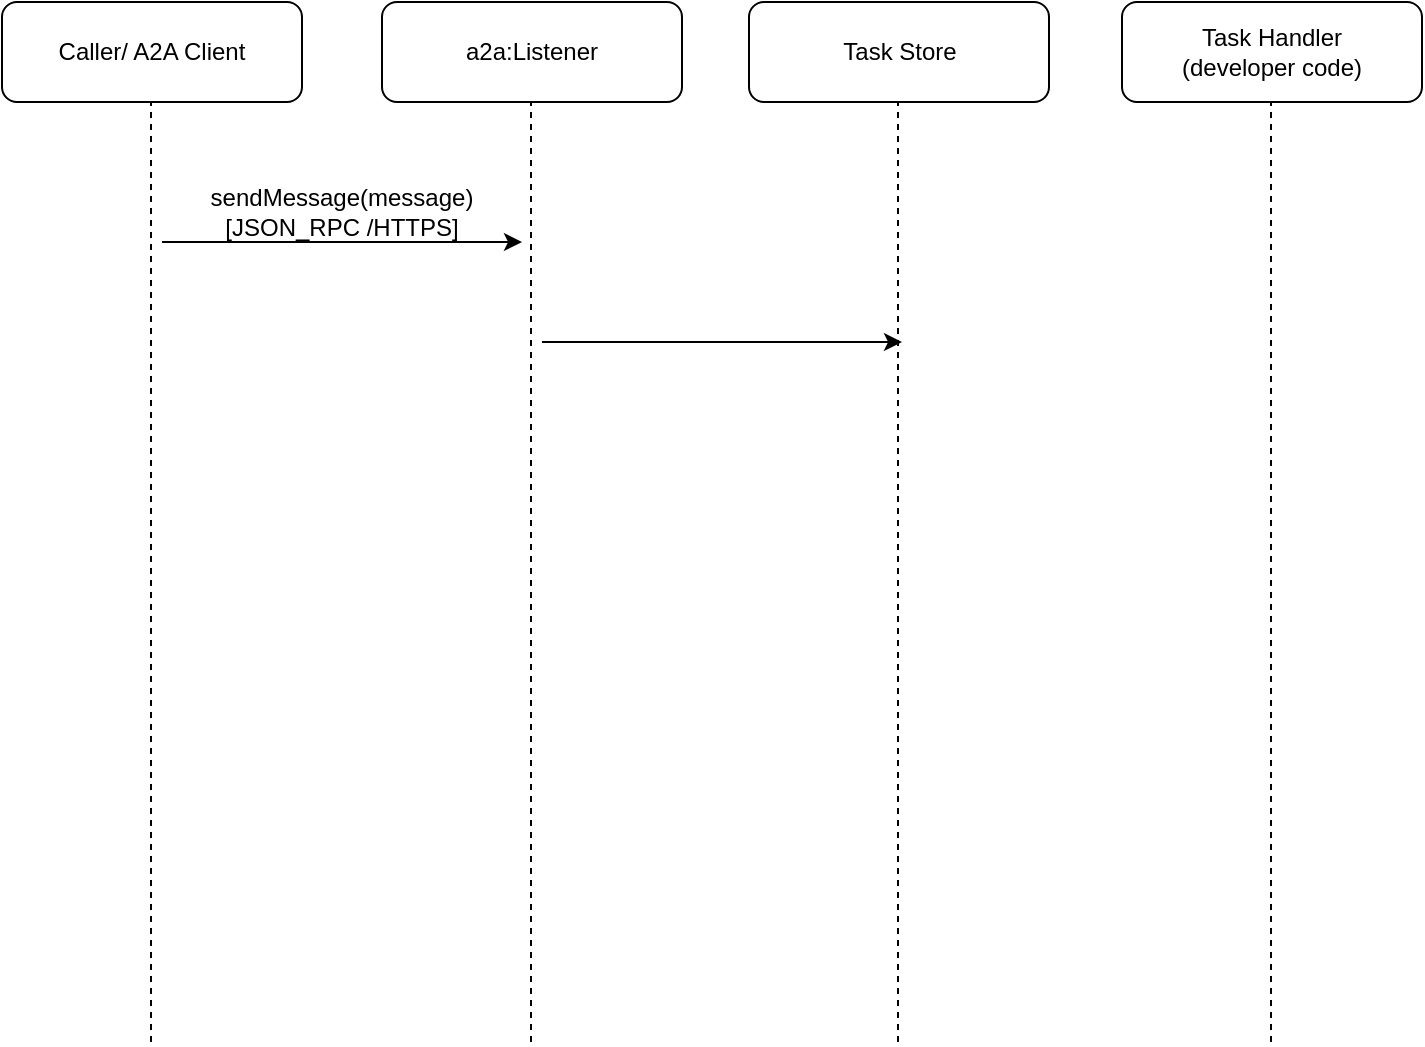
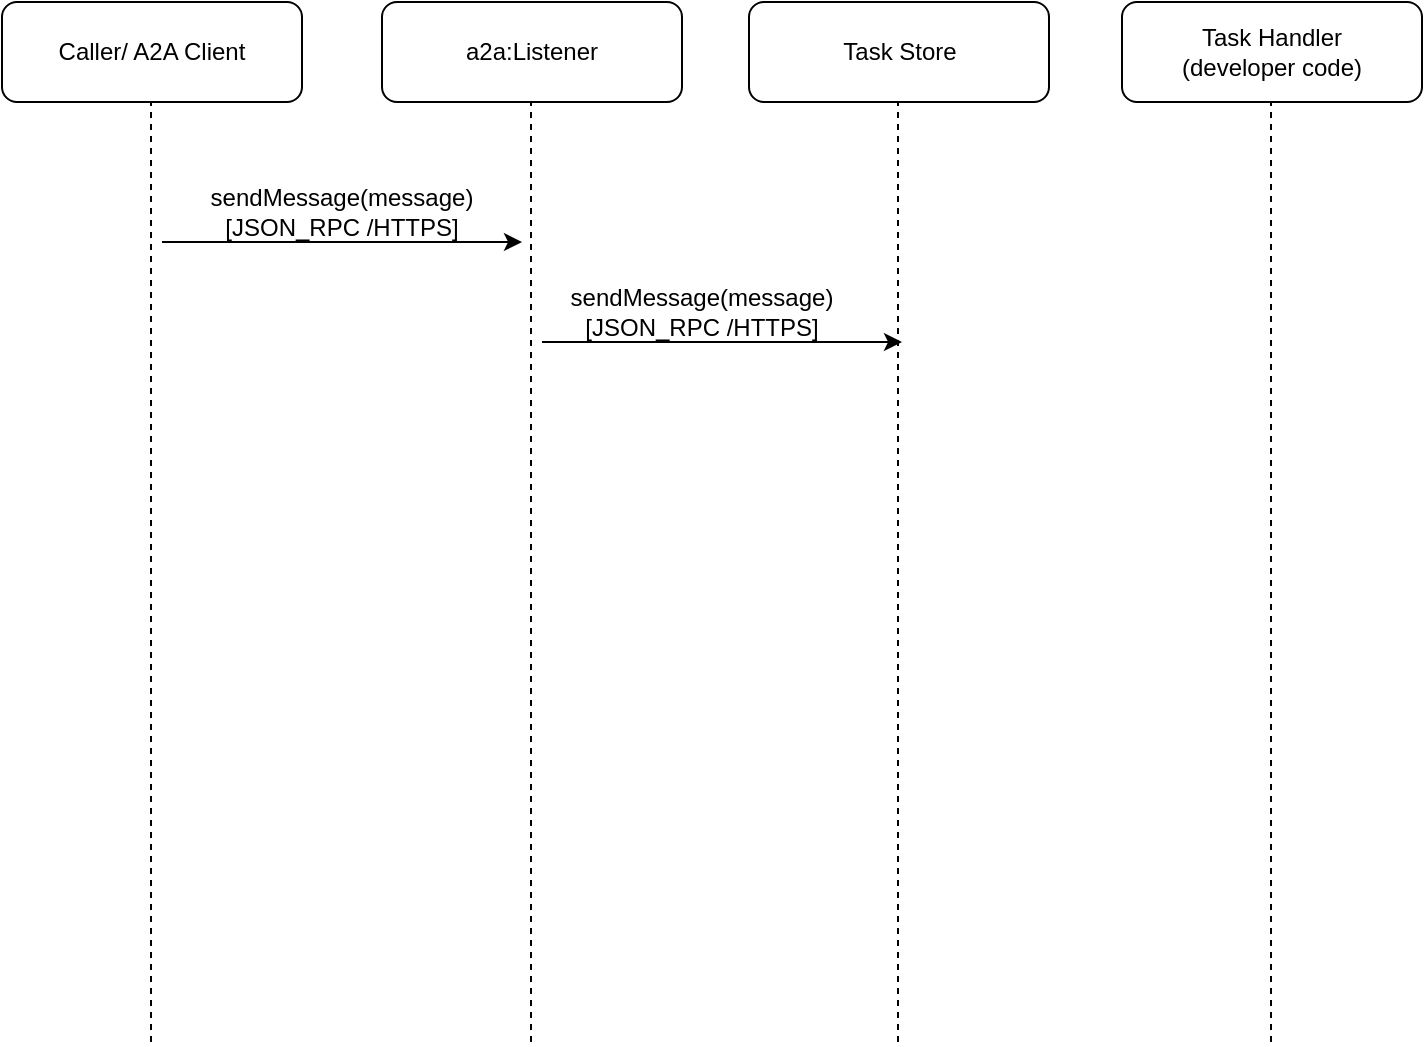
<mxfile host="app.diagrams.net">
  <diagram name="Page-1" id="ZPNNxD_8xx_dK13QvzwB">
    <mxGraphModel dx="1094" dy="555" grid="1" gridSize="10" guides="1" tooltips="1" connect="1" arrows="1" fold="1" page="1" pageScale="1" pageWidth="827" pageHeight="1169" math="0" shadow="0">
      <root>
        <mxCell id="0" />
        <mxCell id="1" parent="0" />
        <mxCell id="KyBT1ujf4ODolMfsrgNy-1" parent="1" style="rounded=1;whiteSpace=wrap;html=1;" value="Caller/ A2A Client" vertex="1">
          <mxGeometry height="50" width="150" x="40" y="30" as="geometry" />
        </mxCell>
        <mxCell id="fuX-3ZszXKkBneVyICno-1" parent="1" style="rounded=1;whiteSpace=wrap;html=1;" value="Task Handler&lt;div&gt;(developer code)&lt;/div&gt;" vertex="1">
          <mxGeometry height="50" width="150" x="600" y="30" as="geometry" />
        </mxCell>
        <mxCell id="fuX-3ZszXKkBneVyICno-2" parent="1" style="rounded=1;whiteSpace=wrap;html=1;" value="Task Store" vertex="1">
          <mxGeometry height="50" width="150" x="413.5" y="30" as="geometry" />
        </mxCell>
        <mxCell id="fuX-3ZszXKkBneVyICno-3" parent="1" style="rounded=1;whiteSpace=wrap;html=1;" value="a2a:Listener" vertex="1">
          <mxGeometry height="50" width="150" x="230" y="30" as="geometry" />
        </mxCell>
        <mxCell id="fuX-3ZszXKkBneVyICno-5" edge="1" parent="1" style="endArrow=none;dashed=1;html=1;rounded=0;" value="">
          <mxGeometry height="50" relative="1" width="50" as="geometry">
            <mxPoint x="114.5" y="550" as="sourcePoint" />
            <mxPoint x="114.5" y="80" as="targetPoint" />
          </mxGeometry>
        </mxCell>
        <mxCell id="fuX-3ZszXKkBneVyICno-6" edge="1" parent="1" style="endArrow=none;dashed=1;html=1;rounded=0;" value="">
          <mxGeometry height="50" relative="1" width="50" as="geometry">
            <mxPoint x="304.5" y="550" as="sourcePoint" />
            <mxPoint x="304.5" y="80" as="targetPoint" />
          </mxGeometry>
        </mxCell>
        <mxCell id="fuX-3ZszXKkBneVyICno-7" edge="1" parent="1" style="endArrow=none;dashed=1;html=1;rounded=0;" value="">
          <mxGeometry height="50" relative="1" width="50" as="geometry">
            <mxPoint x="488" y="550" as="sourcePoint" />
            <mxPoint x="488" y="80" as="targetPoint" />
          </mxGeometry>
        </mxCell>
        <mxCell id="fuX-3ZszXKkBneVyICno-8" edge="1" parent="1" style="endArrow=none;dashed=1;html=1;rounded=0;" value="">
          <mxGeometry height="50" relative="1" width="50" as="geometry">
            <mxPoint x="674.5" y="550" as="sourcePoint" />
            <mxPoint x="674.5" y="80" as="targetPoint" />
          </mxGeometry>
        </mxCell>
        <mxCell id="fuX-3ZszXKkBneVyICno-9" edge="1" parent="1" style="endArrow=classic;html=1;rounded=0;" value="">
          <mxGeometry height="50" relative="1" width="50" as="geometry">
            <mxPoint x="310" y="200" as="sourcePoint" />
            <mxPoint x="490" y="200" as="targetPoint" />
          </mxGeometry>
        </mxCell>
        <mxCell id="fuX-3ZszXKkBneVyICno-10" edge="1" parent="1" style="endArrow=classic;html=1;rounded=0;" value="">
          <mxGeometry height="50" relative="1" width="50" as="geometry">
            <mxPoint x="120" y="150" as="sourcePoint" />
            <mxPoint x="300" y="150" as="targetPoint" />
          </mxGeometry>
        </mxCell>
        <mxCell id="fuX-3ZszXKkBneVyICno-11" parent="1" style="text;html=1;whiteSpace=wrap;strokeColor=none;fillColor=none;align=center;verticalAlign=middle;rounded=0;" value="sendMessage(message) [JSON_RPC /HTTPS]" vertex="1">
          <mxGeometry height="30" width="180" x="120" y="120" as="geometry" />
        </mxCell>
+         <mxCell id="fuX-3ZszXKkBneVyICno-12" parent="1" style="text;html=1;whiteSpace=wrap;strokeColor=none;fillColor=none;align=center;verticalAlign=middle;rounded=0;" value="sendMessage(message) [JSON_RPC /HTTPS]" vertex="1">
+           <mxGeometry height="30" width="180" x="300" y="170" as="geometry" />
+         </mxCell>
      </root>
    </mxGraphModel>
  </diagram>
</mxfile>
